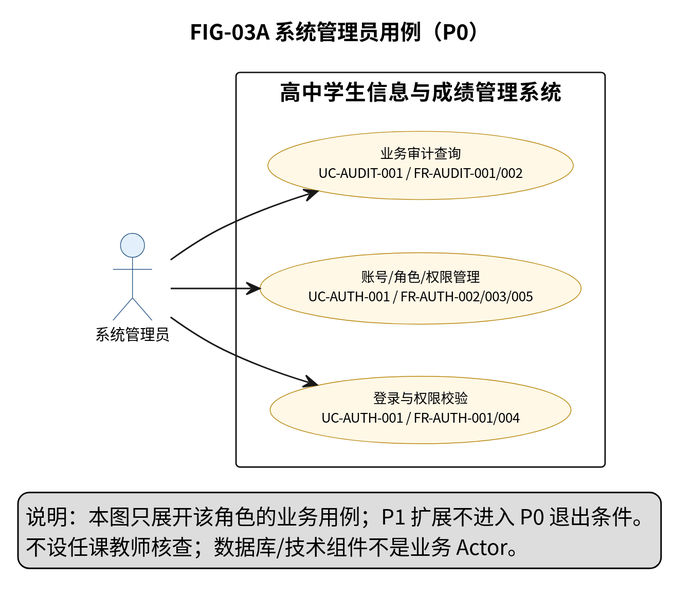
The PlantUML diagram docs/requirements/diagrams/svg/FIG-03A-系统管理员用例.svg in Creepppper/Student_System, before a commit. The source it was exported from:
```plantuml
@startuml
left to right direction
skinparam defaultFontName "Noto Sans CJK SC"
skinparam dpi 200
skinparam shadowing false
skinparam usecase {
  BackgroundColor #FFF8E7
  BorderColor #B8860B
  FontSize 9
}
skinparam actor {
  BackgroundColor #E3F0FB
  BorderColor #2F5D8A
  FontSize 10
}
title FIG-03A 系统管理员用例（P0）
actor "系统管理员" as SA
rectangle "高中学生信息与成绩管理系统" {
  usecase "登录与权限校验\nUC-AUTH-001 / FR-AUTH-001/004" as U_LOGIN
  usecase "账号/角色/权限管理\nUC-AUTH-001 / FR-AUTH-002/003/005" as U_ACCOUNT
  usecase "业务审计查询\nUC-AUDIT-001 / FR-AUDIT-001/002" as U_AUDIT
}
SA --> U_LOGIN
SA --> U_ACCOUNT
SA --> U_AUDIT
legend bottom
  说明：本图只展开该角色的业务用例；P1 扩展不进入 P0 退出条件。
  不设任课教师核查；数据库/技术组件不是业务 Actor。
endlegend
@enduml
```
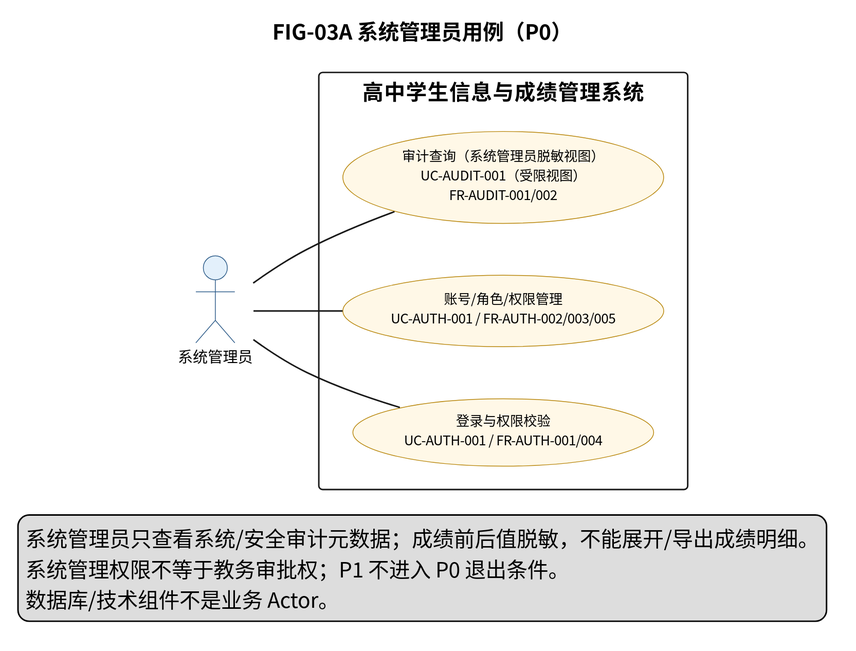
After the change.

What changed in the source:
```diff
@@ -18,13 +18,14 @@
 rectangle "高中学生信息与成绩管理系统" {
   usecase "登录与权限校验\nUC-AUTH-001 / FR-AUTH-001/004" as U_LOGIN
   usecase "账号/角色/权限管理\nUC-AUTH-001 / FR-AUTH-002/003/005" as U_ACCOUNT
-  usecase "业务审计查询\nUC-AUDIT-001 / FR-AUDIT-001/002" as U_AUDIT
+  usecase "审计查询（系统管理员脱敏视图）\nUC-AUDIT-001（受限视图）\nFR-AUDIT-001/002" as U_AUDIT
 }
-SA --> U_LOGIN
-SA --> U_ACCOUNT
-SA --> U_AUDIT
+SA -- U_LOGIN
+SA -- U_ACCOUNT
+SA -- U_AUDIT
 legend bottom
-  说明：本图只展开该角色的业务用例；P1 扩展不进入 P0 退出条件。
-  不设任课教师核查；数据库/技术组件不是业务 Actor。
+  系统管理员只查看系统/安全审计元数据；成绩前后值脱敏，不能展开/导出成绩明细。
+  系统管理权限不等于教务审批权；P1 不进入 P0 退出条件。
+  数据库/技术组件不是业务 Actor。
 endlegend
 @enduml
```
